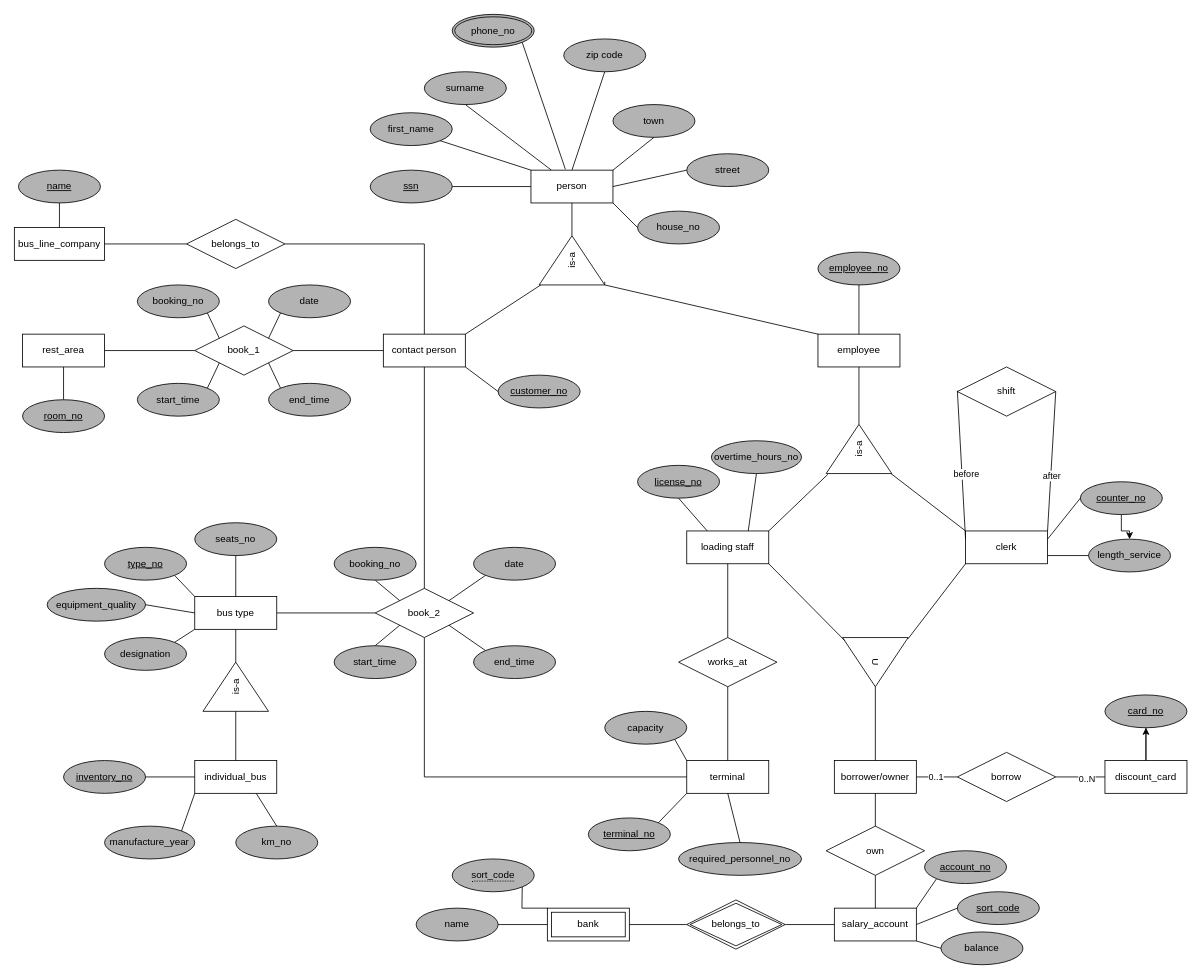
Martinaeht/DBS-Projektgruppe-5_ERM keeps this draw.io diagram as ERM project_group 5.drawio. Above is the earlier version. Source tidied: cells renumbered, new cells numbered last; positions are measured from the earlier drawing's top-left corner, leaving out a move shared by most shapes. Both pictures are drawn from the tidied source at 82%, with x=0, y=0 at pixel (14, 14).
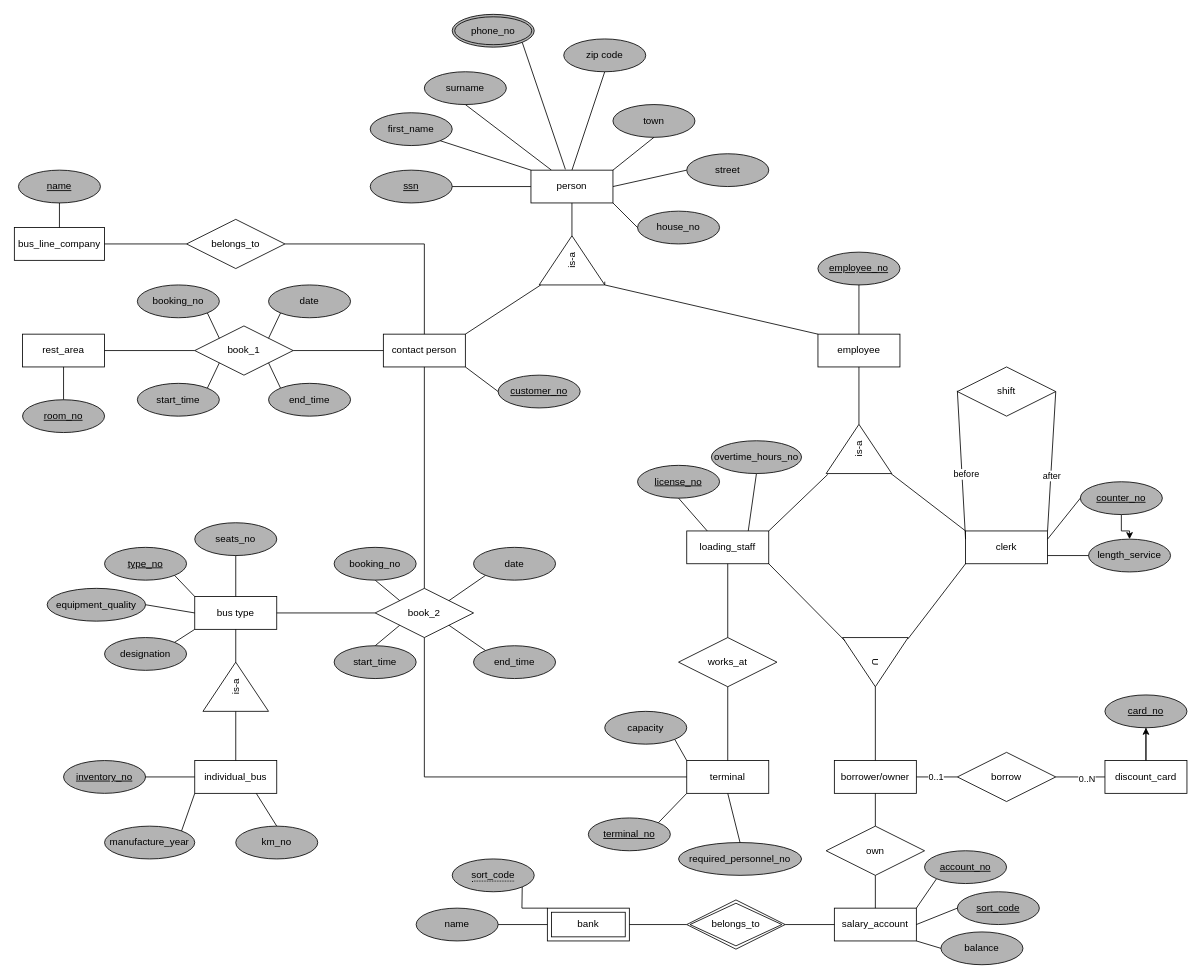
Above is the later version.

Change to the diagram source:
```diff
@@
-    <mxCell id="23" value="loading staff" style="whiteSpace=wrap;html=1;align=center;" parent="1" vertex="1">
+    <mxCell id="23" value="loading_staff" style="whiteSpace=wrap;html=1;align=center;" parent="1" vertex="1">
       <mxGeometry x="820" y="630" width="100" height="40" as="geometry" />
     </mxCell>
```
